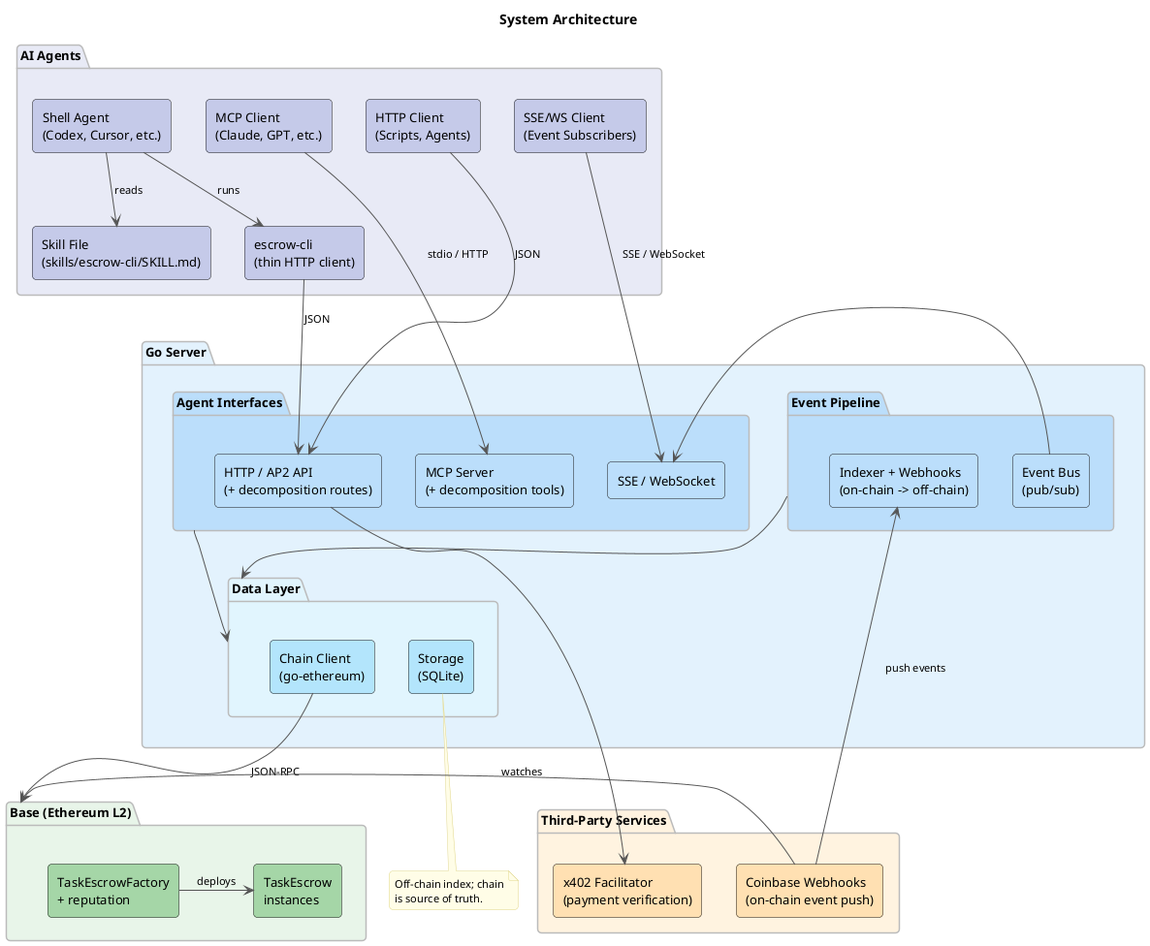
Earlier version of the PlantUML export docs/diagrams/architecture.png (eddiefleurent/agent-escrow).
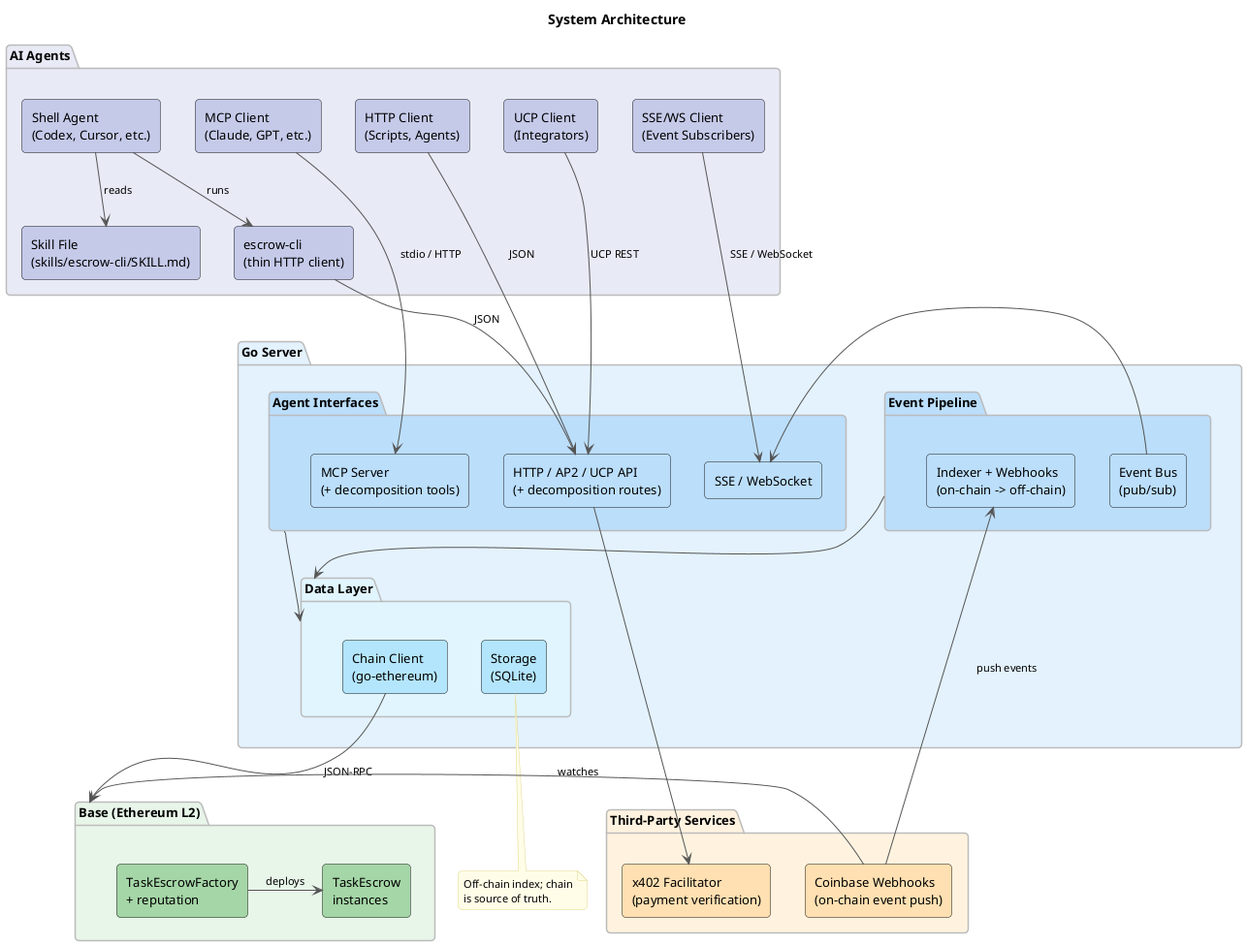
Later version of the same file.

What changed in the source:
```diff
@@ -27,13 +27,14 @@
   [escrow-cli\n(thin HTTP client)] as cli_client #C5CAE9
   [MCP Client\n(Claude, GPT, etc.)] as mcp_client #C5CAE9
   [HTTP Client\n(Scripts, Agents)] as http_client #C5CAE9
+  [UCP Client\n(Integrators)] as ucp_client #C5CAE9
   [SSE/WS Client\n(Event Subscribers)] as stream_client #C5CAE9
 }
 
 package "Go Server" as server #E3F2FD {
   package "Agent Interfaces" as ifaces #BBDEFB {
     [MCP Server\n(+ decomposition tools)] as mcp_server #BBDEFB
-    [HTTP / AP2 API\n(+ decomposition routes)] as http_api #BBDEFB
+    [HTTP / AP2 / UCP API\n(+ decomposition routes)] as http_api #BBDEFB
     [SSE / WebSocket] as stream_handler #BBDEFB
   }
 
@@ -68,6 +69,7 @@
 cli_client -down-> http_api : JSON
 mcp_client -down-> mcp_server : stdio / HTTP
 http_client -down-> http_api : JSON
+ucp_client -down-> http_api : UCP REST
 stream_client -down-> stream_handler : SSE / WebSocket
 
 chain_client -down-> chain : JSON-RPC
```
